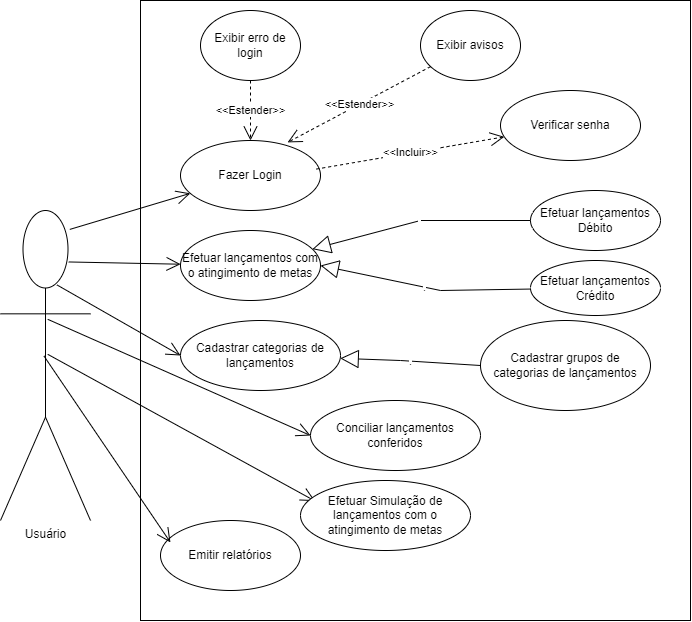
Before: docs/img/Etapa1.drawio.png, a diagram exported from draw.io (ICEI-PUC-Minas-PMV-ADS/pmv-ads-2022-2-e2-proj-int-t4-controle-financeiro). Source tidied: cells renumbered, new cells last; positions are measured from the earlier drawing's top-left corner, leaving out a move shared by most shapes.
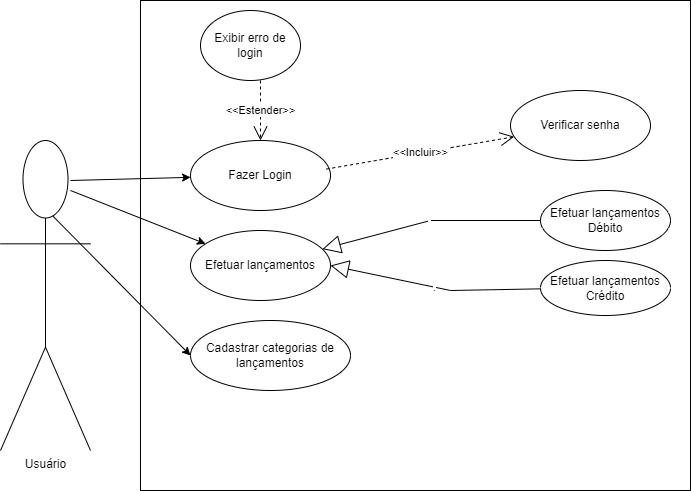
The same diagram one commit later.

What changed in the source:
```diff
@@ -2,72 +2,38 @@
   <root>
     <mxCell id="0" />
     <mxCell id="1" parent="0" />
-    <mxCell id="2" style="html=1;" parent="1" vertex="1">
-      <mxGeometry x="140" width="550" height="620" as="geometry" />
-    </mxCell>
-    <mxCell id="3" value="Usuário" style="shape=umlActor;verticalLabelPosition=bottom;verticalAlign=top;html=1;" parent="1" vertex="1">
-      <mxGeometry y="210" width="90" height="310" as="geometry" />
-    </mxCell>
+    <mxCell id="28" style="html=1;" parent="1" vertex="1">
+      <mxGeometry x="130" width="550" height="490" as="geometry" />
+    </mxCell>
     <mxCell id="4" value="Fazer Login&lt;br&gt;" style="ellipse;whiteSpace=wrap;html=1;" parent="1" vertex="1">
       <mxGeometry x="180" y="140" width="140" height="70" as="geometry" />
     </mxCell>
-    <mxCell id="5" style="endArrow=open;endFill=1;endSize=12;html=1;rounded=0;exitX=0.77;exitY=0.061;exitDx=0;exitDy=0;exitPerimeter=0;" parent="1" edge="1" source="3" target="4">
-      <mxGeometry relative="1" as="geometry" />
-    </mxCell>
     <mxCell id="6" value="&amp;lt;&amp;lt;Incluir&amp;gt;&amp;gt;" style="endArrow=open;endSize=12;dashed=1;html=1;rounded=0;exitX=0.971;exitY=0.408;exitDx=0;exitDy=0;exitPerimeter=0;" parent="1" edge="1" source="4" target="7">
       <mxGeometry relative="1" as="geometry" />
     </mxCell>
     <mxCell id="7" value="Verificar senha" style="ellipse;whiteSpace=wrap;html=1;" parent="1" vertex="1">
       <mxGeometry x="500" y="90" width="140" height="70" as="geometry" />
     </mxCell>
-    <mxCell id="8" value="Efetuar lançamentos com o atingimento de metas" style="ellipse;whiteSpace=wrap;html=1;" parent="1" vertex="1">
-      <mxGeometry x="180" y="230" width="140" height="70" as="geometry" />
-    </mxCell>
+    <mxCell id="29" value="Efetuar lançamentos" style="ellipse;whiteSpace=wrap;html=1;" parent="1" vertex="1">
+      <mxGeometry x="180" y="230" width="140" height="70" as="geometry" />
+    </mxCell>
     <mxCell id="9" value="Cadastrar categorias de lançamentos" style="ellipse;whiteSpace=wrap;html=1;" parent="1" vertex="1">
       <mxGeometry x="180" y="320" width="160" height="70" as="geometry" />
     </mxCell>
-    <mxCell id="10" value="Conciliar lançamentos conferidos" style="ellipse;whiteSpace=wrap;html=1;" parent="1" vertex="1">
-      <mxGeometry x="310" y="400" width="170" height="70" as="geometry" />
-    </mxCell>
     <mxCell id="11" value="Efetuar lançamentos Débito" style="ellipse;whiteSpace=wrap;html=1;" parent="1" vertex="1">
       <mxGeometry x="530" y="190" width="130" height="60" as="geometry" />
     </mxCell>
     <mxCell id="12" value="Efetuar lançamentos Crédito" style="ellipse;whiteSpace=wrap;html=1;" parent="1" vertex="1">
       <mxGeometry x="530" y="260" width="130" height="55" as="geometry" />
     </mxCell>
-    <mxCell id="13" style="endArrow=open;endFill=1;endSize=12;html=1;rounded=0;exitX=0.758;exitY=0.166;exitDx=0;exitDy=0;exitPerimeter=0;" parent="1" edge="1" source="3" target="8">
-      <mxGeometry relative="1" as="geometry" />
-    </mxCell>
-    <mxCell id="14" style="endArrow=open;endFill=1;endSize=12;html=1;rounded=0;exitX=0.627;exitY=0.24;exitDx=0;exitDy=0;exitPerimeter=0;entryX=0;entryY=0.5;entryDx=0;entryDy=0;" parent="1" edge="1" source="3" target="9">
-      <mxGeometry relative="1" as="geometry" />
-    </mxCell>
-    <mxCell id="15" style="endArrow=open;endFill=1;endSize=12;html=1;rounded=0;exitX=0.525;exitY=0.351;exitDx=0;exitDy=0;exitPerimeter=0;entryX=0;entryY=0.5;entryDx=0;entryDy=0;" parent="1" edge="1" source="3" target="10">
-      <mxGeometry relative="1" as="geometry" />
-    </mxCell>
-    <mxCell id="16" value="Emitir relatórios" style="ellipse;whiteSpace=wrap;html=1;" parent="1" vertex="1">
-      <mxGeometry x="160" y="520" width="140" height="70" as="geometry" />
-    </mxCell>
-    <mxCell id="17" style="endArrow=open;endFill=1;endSize=12;html=1;rounded=0;exitX=0.482;exitY=0.469;exitDx=0;exitDy=0;exitPerimeter=0;entryX=0.071;entryY=0.313;entryDx=0;entryDy=0;entryPerimeter=0;" parent="1" edge="1" source="3" target="16">
-      <mxGeometry relative="1" as="geometry" />
-    </mxCell>
-    <mxCell id="18" value="Cadastrar grupos de categorias de lançamentos" style="ellipse;whiteSpace=wrap;html=1;" parent="1" vertex="1">
-      <mxGeometry x="480" y="320" width="170" height="90" as="geometry" />
-    </mxCell>
-    <mxCell id="19" value="." style="endArrow=block;endSize=16;endFill=0;html=1;rounded=0;exitX=0;exitY=0.5;exitDx=0;exitDy=0;" parent="1" edge="1" source="18" target="9">
-      <mxGeometry relative="1" as="geometry">
-        <Array as="points">
-          <mxPoint x="400" y="360" />
-        </Array>
-      </mxGeometry>
-    </mxCell>
-    <mxCell id="20" value="&amp;nbsp;" style="endArrow=block;endSize=16;endFill=0;html=1;rounded=0;exitX=0;exitY=0.5;exitDx=0;exitDy=0;" parent="1" edge="1" source="11" target="8">
-      <mxGeometry relative="1" as="geometry">
-        <Array as="points">
-          <mxPoint x="420" y="220" />
-        </Array>
-      </mxGeometry>
-    </mxCell>
+    <mxCell id="30" value="&amp;nbsp;" style="endArrow=block;endSize=16;endFill=0;html=1;rounded=0;exitX=0;exitY=0.5;exitDx=0;exitDy=0;" parent="1" edge="1" source="11" target="29">
+      <mxGeometry relative="1" as="geometry">
+        <Array as="points">
+          <mxPoint x="420" y="220" />
+        </Array>
+      </mxGeometry>
+    </mxCell>
-    <mxCell id="21" value="." style="endArrow=block;endSize=16;endFill=0;html=1;rounded=0;entryX=1;entryY=0.5;entryDx=0;entryDy=0;" parent="1" edge="1" source="12" target="8">
+    <mxCell id="21" value="." style="endArrow=block;endSize=16;endFill=0;html=1;rounded=0;entryX=1;entryY=0.5;entryDx=0;entryDy=0;" parent="1" edge="1" source="12" target="29">
       <mxGeometry relative="1" as="geometry">
         <Array as="points">
           <mxPoint x="440" y="290" />
@@ -75,7 +41,7 @@
       </mxGeometry>
     </mxCell>
     <mxCell id="22" value="Exibir erro de login" style="ellipse;whiteSpace=wrap;html=1;" parent="1" vertex="1">
-      <mxGeometry x="200" y="10" width="100" height="70" as="geometry" />
+      <mxGeometry x="190" y="10" width="100" height="70" as="geometry" />
     </mxCell>
     <mxCell id="23" value="&amp;lt;&amp;lt;Estender&amp;gt;&amp;gt;" style="endArrow=open;endSize=12;dashed=1;html=1;rounded=0;exitX=0.5;exitY=1;exitDx=0;exitDy=0;entryX=0.5;entryY=0;entryDx=0;entryDy=0;" parent="1" edge="1">
       <mxGeometry relative="1" as="geometry">
@@ -83,19 +49,23 @@
         <mxPoint x="250" y="140" as="targetPoint" />
       </mxGeometry>
     </mxCell>
-    <mxCell id="24" value="Exibir avisos" style="ellipse;whiteSpace=wrap;html=1;" parent="1" vertex="1">
-      <mxGeometry x="420" y="10" width="100" height="70" as="geometry" />
-    </mxCell>
-    <mxCell id="25" value="&amp;lt;&amp;lt;Estender&amp;gt;&amp;gt;" style="endArrow=open;endSize=12;dashed=1;html=1;rounded=0;entryX=0.765;entryY=0.027;entryDx=0;entryDy=0;entryPerimeter=0;" parent="1" edge="1" source="24" target="4">
-      <mxGeometry relative="1" as="geometry" />
-    </mxCell>
-    <mxCell id="26" style="endArrow=open;endFill=1;endSize=12;html=1;rounded=0;exitX=0.525;exitY=0.351;exitDx=0;exitDy=0;exitPerimeter=0;entryX=0.086;entryY=0.294;entryDx=0;entryDy=0;entryPerimeter=0;" parent="1" edge="1" target="27">
-      <mxGeometry relative="1" as="geometry">
-        <mxPoint x="47.2" y="353.8" as="sourcePoint" />
-      </mxGeometry>
-    </mxCell>
-    <mxCell id="27" value="Efetuar Simulação de lançamentos com o atingimento de metas" style="ellipse;whiteSpace=wrap;html=1;" parent="1" vertex="1">
-      <mxGeometry x="300" y="480" width="170" height="70" as="geometry" />
-    </mxCell>
+    <mxCell id="31" style="endArrow=classic;html=1;rounded=0;" parent="1" edge="1" target="4">
+      <mxGeometry relative="1" as="geometry">
+        <mxPoint x="60" y="180" as="sourcePoint" />
+      </mxGeometry>
+    </mxCell>
+    <mxCell id="32" style="endArrow=classic;html=1;rounded=0;" parent="1" edge="1" target="29">
+      <mxGeometry relative="1" as="geometry">
+        <mxPoint x="60" y="190" as="sourcePoint" />
+      </mxGeometry>
+    </mxCell>
+    <mxCell id="33" style="endArrow=classic;html=1;rounded=0;entryX=0;entryY=0.5;entryDx=0;entryDy=0;" parent="1" edge="1" target="9">
+      <mxGeometry relative="1" as="geometry">
+        <mxPoint x="40" y="213.2" as="sourcePoint" />
+      </mxGeometry>
+    </mxCell>
+    <mxCell id="3" value="Usuário" style="shape=umlActor;verticalLabelPosition=bottom;verticalAlign=top;html=1;" parent="1" vertex="1">
+      <mxGeometry x="-10" y="140" width="90" height="310" as="geometry" />
+    </mxCell>
   </root>
 </mxGraphModel>
```
